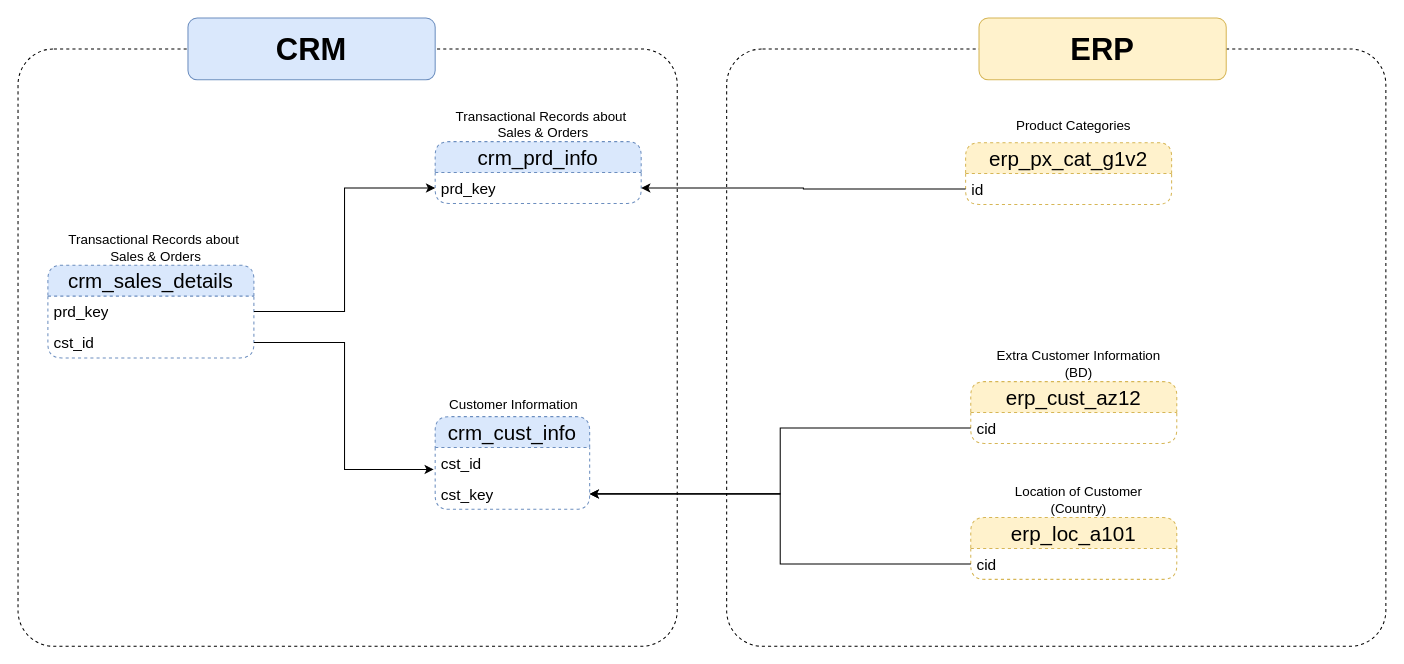
Earlier version of the draw.io diagram docs/Data Integration.drawio (abdulmossawer/sql_data_warehouse_project). Source tidied: cells renumbered, new cells numbered last; positions are measured from the earlier drawing's top-left corner, leaving out a move shared by most shapes. Both pictures are drawn from the tidied source at 103%, with x=0, y=0 at pixel (18, 18).
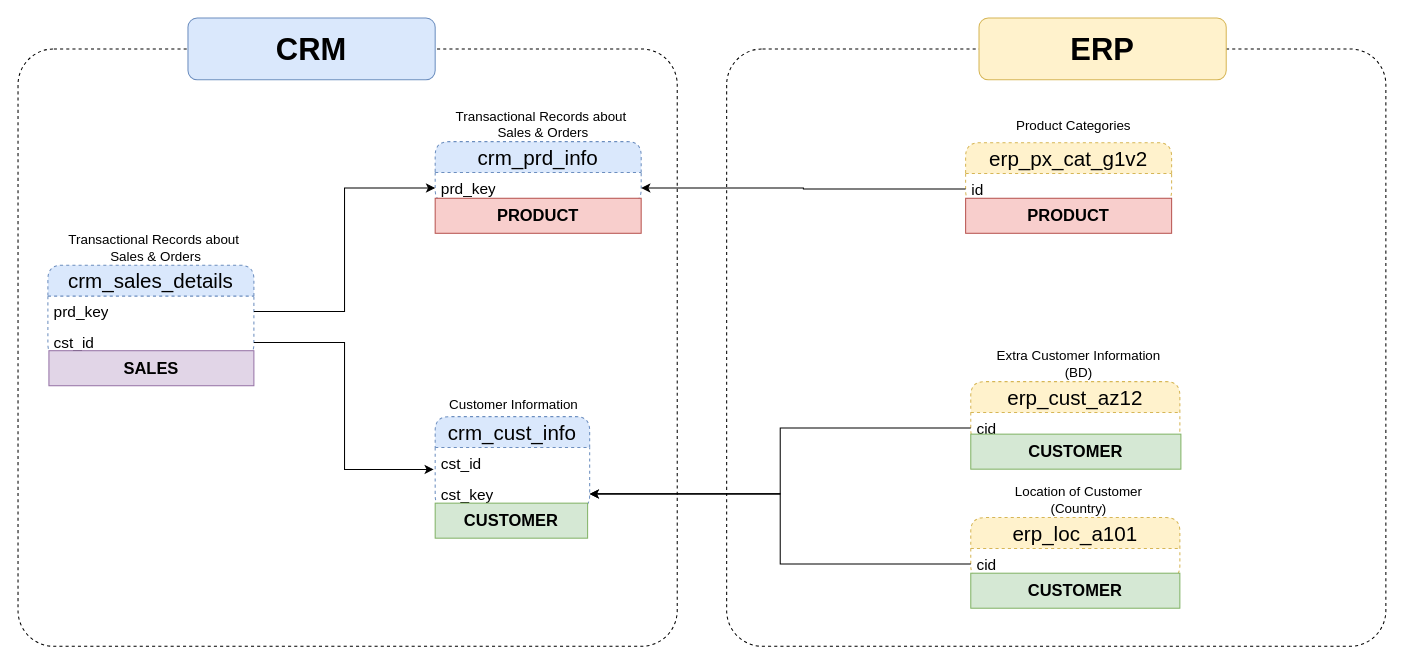
The same page after the edit.

Commit message (it also covers changes not shown here):
ddl_gold

What changed in the source:
```diff
@@
+    <mxCell id="3" style="rounded=1;whiteSpace=wrap;html=1;fillColor=none;dashed=1;strokeColor=#000000;arcSize=6;" parent="1" vertex="1">
+      <mxGeometry y="30" width="640" height="580" as="geometry" />
+    </mxCell>
@@
-    <mxCell id="3" style="rounded=1;whiteSpace=wrap;html=1;fillColor=none;dashed=1;strokeColor=#000000;arcSize=6;" parent="1" vertex="1">
-      <mxGeometry y="30" width="640" height="580" as="geometry" />
-    </mxCell>
@@
     <mxCell id="20" value="&lt;font style=&quot;font-size: 20px;&quot;&gt;erp_cust_az12&lt;/font&gt;" style="swimlane;fontStyle=0;horizontal=1;startSize=30;whiteSpace=wrap;html=1;dashed=1;rounded=1;fillColor=#fff2cc;strokeColor=#d6b656;" parent="1" vertex="1">
-      <mxGeometry x="925" y="353" width="200" height="60" as="geometry" />
+      <mxGeometry x="925" y="353" width="203" height="60" as="geometry" />
     </mxCell>
     <mxCell id="21" value="&lt;font style=&quot;font-size: 15px;&quot;&gt;cid&lt;/font&gt;" style="text;strokeColor=none;fillColor=none;align=left;verticalAlign=middle;spacingLeft=4;spacingRight=4;overflow=hidden;points=[[0,0.5],[1,0.5]];portConstraint=eastwest;whiteSpace=wrap;html=1;" parent="20" vertex="1">
-      <mxGeometry y="30" width="200" height="30" as="geometry" />
+      <mxGeometry y="30" width="203" height="30" as="geometry" />
     </mxCell>
@@
     <mxCell id="23" value="&lt;font style=&quot;font-size: 20px;&quot;&gt;erp_loc_a101&lt;/font&gt;" style="swimlane;fontStyle=0;horizontal=1;startSize=30;whiteSpace=wrap;html=1;dashed=1;rounded=1;fillColor=#fff2cc;strokeColor=#d6b656;" parent="1" vertex="1">
-      <mxGeometry x="925" y="485" width="200" height="60" as="geometry" />
+      <mxGeometry x="925" y="485" width="203" height="60" as="geometry" />
     </mxCell>
     <mxCell id="24" value="&lt;font style=&quot;font-size: 15px;&quot;&gt;cid&lt;/font&gt;" style="text;strokeColor=none;fillColor=none;align=left;verticalAlign=middle;spacingLeft=4;spacingRight=4;overflow=hidden;points=[[0,0.5],[1,0.5]];portConstraint=eastwest;whiteSpace=wrap;html=1;" parent="23" vertex="1">
-      <mxGeometry y="30" width="200" height="30" as="geometry" />
+      <mxGeometry y="30" width="203" height="30" as="geometry" />
     </mxCell>
@@
+    <mxCell id="31" value="&lt;font style=&quot;font-size: 16px;&quot;&gt;&lt;b&gt;PRODUCT&lt;/b&gt;&lt;/font&gt;" style="rounded=0;whiteSpace=wrap;html=1;fillColor=#f8cecc;strokeColor=#b85450;" parent="1" vertex="1">
+      <mxGeometry x="405" y="175" width="200" height="34" as="geometry" />
+    </mxCell>
+    <mxCell id="32" value="&lt;font style=&quot;font-size: 16px;&quot;&gt;&lt;b&gt;PRODUCT&lt;/b&gt;&lt;/font&gt;" style="rounded=0;whiteSpace=wrap;html=1;fillColor=#f8cecc;strokeColor=#b85450;" parent="1" vertex="1">
+      <mxGeometry x="920" y="175" width="200" height="34" as="geometry" />
+    </mxCell>
+    <mxCell id="33" value="&lt;font style=&quot;font-size: 16px;&quot;&gt;&lt;b&gt;CUSTOMER&lt;/b&gt;&lt;/font&gt;" style="rounded=0;whiteSpace=wrap;html=1;fillColor=#d5e8d4;strokeColor=#82b366;" parent="1" vertex="1">
+      <mxGeometry x="405" y="471" width="148" height="34" as="geometry" />
+    </mxCell>
+    <mxCell id="34" value="&lt;font style=&quot;font-size: 16px;&quot;&gt;&lt;b&gt;CUSTOMER&lt;/b&gt;&lt;/font&gt;" style="rounded=0;whiteSpace=wrap;html=1;fillColor=#d5e8d4;strokeColor=#82b366;" parent="1" vertex="1">
+      <mxGeometry x="925" y="539" width="203" height="34" as="geometry" />
+    </mxCell>
+    <mxCell id="35" value="&lt;font style=&quot;font-size: 16px;&quot;&gt;&lt;b&gt;CUSTOMER&lt;/b&gt;&lt;/font&gt;" style="rounded=0;whiteSpace=wrap;html=1;fillColor=#d5e8d4;strokeColor=#82b366;" parent="1" vertex="1">
+      <mxGeometry x="925" y="404" width="204" height="34" as="geometry" />
+    </mxCell>
+    <mxCell id="36" value="&lt;font style=&quot;font-size: 16px;&quot;&gt;&lt;b&gt;SALES&lt;/b&gt;&lt;/font&gt;" style="rounded=0;whiteSpace=wrap;html=1;fillColor=#e1d5e7;strokeColor=#9673a6;" parent="1" vertex="1">
+      <mxGeometry x="30" y="323" width="199" height="34" as="geometry" />
+    </mxCell>
```
